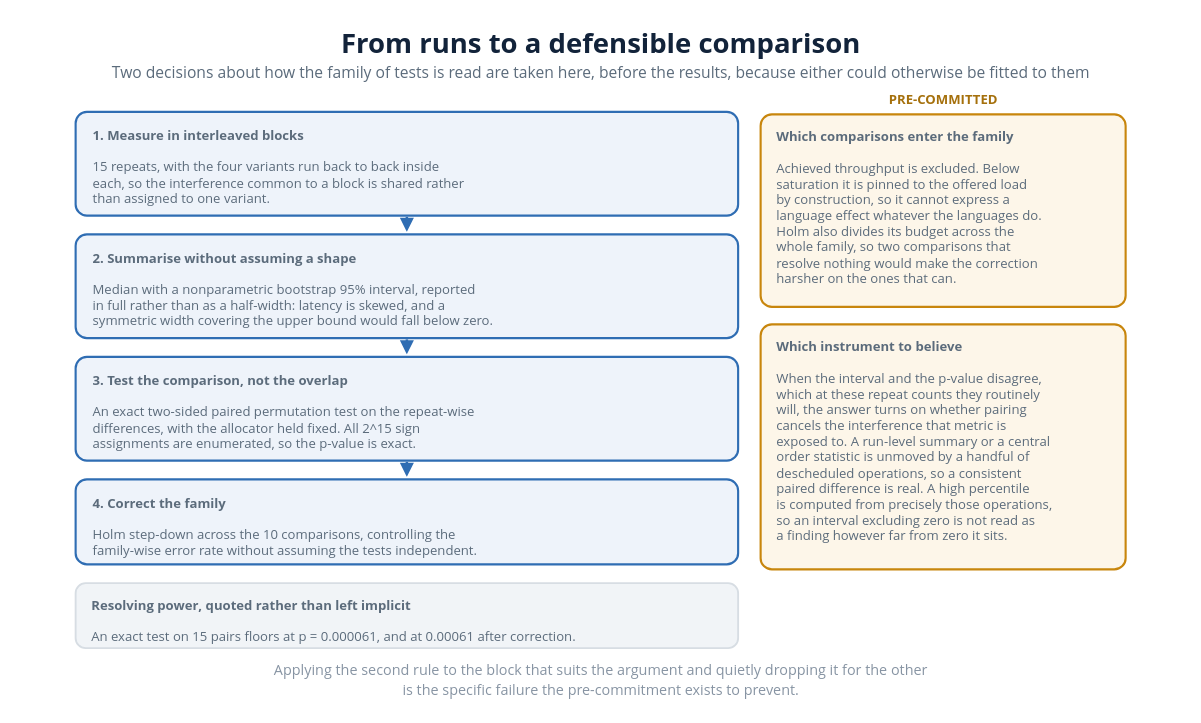
The draw.io diagram diagrams/23_stats_pipeline.drawio in VienThanh12/Master-Thesis, before the edit. Source tidied: cells renumbered, new cells numbered last; positions are measured from the earlier drawing's top-left corner, leaving out a move shared by most shapes. Both pictures are drawn from the tidied source at 125%, with x=0, y=0 at pixel (21, 20).
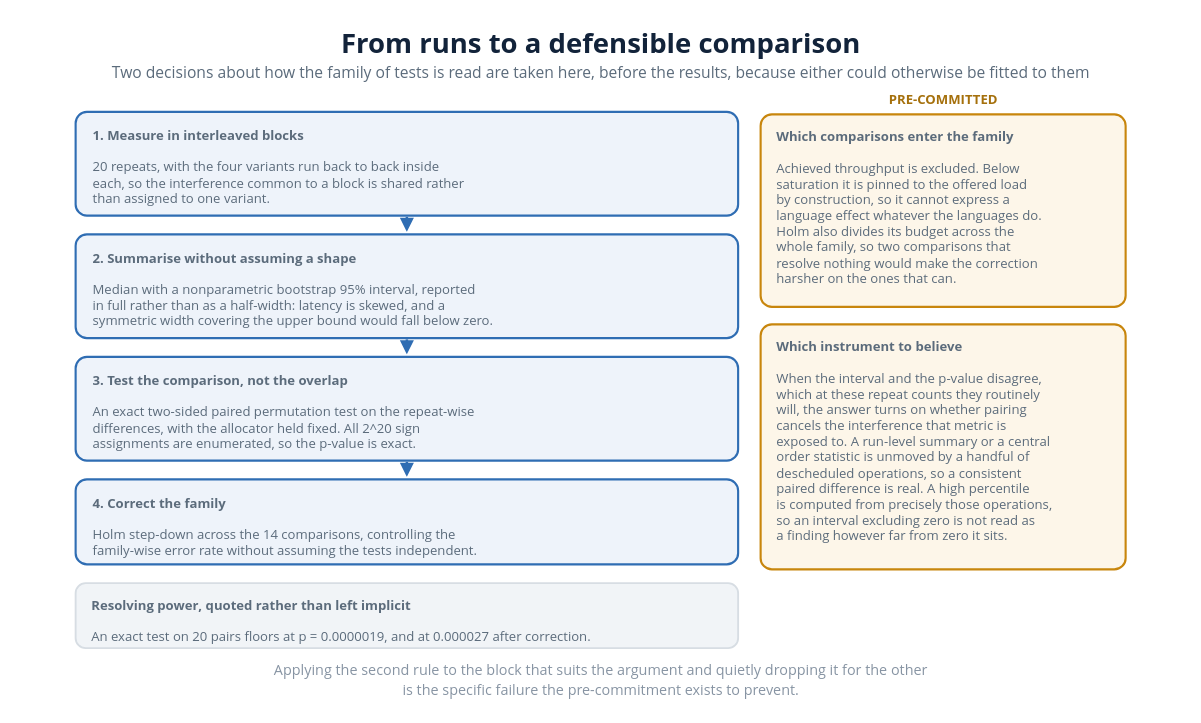
After the change.

The edit, as a diff of the source:
```diff
@@
 <mxGraphModel>
   <root>
     <mxCell id="0" />
     <mxCell id="1" parent="0" />
     <mxCell id="2" value="From runs to a defensible comparison" style="text;html=1;strokeColor=none;fillColor=none;whiteSpace=nowrap;align=center;verticalAlign=middle;fontSize=22;fontColor=#12233a;fontFamily=Segoe UI;fontStyle=1;" parent="1" vertex="1">
       <mxGeometry x="247.2" y="0.1" width="431.6" height="33" as="geometry" />
     </mxCell>
     <mxCell id="3" value="Two decisions about how the family of tests is read are taken here, before the results, because either could otherwise be fitted to them" style="text;html=1;strokeColor=none;fillColor=none;whiteSpace=nowrap;align=center;verticalAlign=middle;fontSize=12.5;fontColor=#5b6b7b;fontFamily=Segoe UI;" parent="1" vertex="1">
       <mxGeometry x="-0.2" y="31.1" width="926.5" height="18.8" as="geometry" />
     </mxCell>
-    <mxCell id="4" value="&lt;b&gt;1.  Measure in interleaved blocks&lt;/b&gt;&lt;br&gt;&lt;br&gt;15 repeats, with the four variants run back to back inside&lt;br&gt;each, so the interference common to a block is shared rather&lt;br&gt;than assigned to one variant." style="rounded=1;whiteSpace=wrap;html=1;absoluteArcSize=1;arcSize=18;fillColor=#eef3fa;strokeColor=#2f6db3;strokeWidth=1.7;align=left;verticalAlign=top;spacingLeft=12;spacingTop=6;spacingRight=6;fontSize=10.5;fontColor=#5b6b7b;fontFamily=Segoe UI;" parent="1" vertex="1">
+    <mxCell id="4" value="&lt;b&gt;1.  Measure in interleaved blocks&lt;/b&gt;&lt;br&gt;&lt;br&gt;20 repeats, with the four variants run back to back inside&lt;br&gt;each, so the interference common to a block is shared rather&lt;br&gt;than assigned to one variant." style="rounded=1;whiteSpace=wrap;html=1;absoluteArcSize=1;arcSize=18;fillColor=#eef3fa;strokeColor=#2f6db3;strokeWidth=1.7;align=left;verticalAlign=top;spacingLeft=12;spacingTop=6;spacingRight=6;fontSize=10.5;fontColor=#5b6b7b;fontFamily=Segoe UI;" parent="1" vertex="1">
       <mxGeometry x="43" y="73" width="530" height="83" as="geometry" />
     </mxCell>
     <mxCell id="5" style="html=1;rounded=0;strokeColor=#2f6db3;strokeWidth=2.0;endArrow=block;endFill=1;" parent="1" edge="1">
       <mxGeometry relative="1" as="geometry">
         <mxPoint x="308" y="157" as="sourcePoint" />
         <mxPoint x="308" y="169" as="targetPoint" />
       </mxGeometry>
     </mxCell>
     <mxCell id="6" value="&lt;b&gt;2.  Summarise without assuming a shape&lt;/b&gt;&lt;br&gt;&lt;br&gt;Median with a nonparametric bootstrap 95% interval, reported&lt;br&gt;in full rather than as a half-width: latency is skewed, and a&lt;br&gt;symmetric width covering the upper bound would fall below zero." style="rounded=1;whiteSpace=wrap;html=1;absoluteArcSize=1;arcSize=18;fillColor=#eef3fa;strokeColor=#2f6db3;strokeWidth=1.7;align=left;verticalAlign=top;spacingLeft=12;spacingTop=6;spacingRight=6;fontSize=10.5;fontColor=#5b6b7b;fontFamily=Segoe UI;" parent="1" vertex="1">
       <mxGeometry x="43" y="171" width="530" height="83" as="geometry" />
     </mxCell>
     <mxCell id="7" style="html=1;rounded=0;strokeColor=#2f6db3;strokeWidth=2.0;endArrow=block;endFill=1;" parent="1" edge="1">
       <mxGeometry relative="1" as="geometry">
         <mxPoint x="308" y="255" as="sourcePoint" />
         <mxPoint x="308" y="267" as="targetPoint" />
       </mxGeometry>
     </mxCell>
-    <mxCell id="8" value="&lt;b&gt;3.  Test the comparison, not the overlap&lt;/b&gt;&lt;br&gt;&lt;br&gt;An exact two-sided paired permutation test on the repeat-wise&lt;br&gt;differences, with the allocator held fixed. All 2^15 sign&lt;br&gt;assignments are enumerated, so the p-value is exact." style="rounded=1;whiteSpace=wrap;html=1;absoluteArcSize=1;arcSize=18;fillColor=#eef3fa;strokeColor=#2f6db3;strokeWidth=1.7;align=left;verticalAlign=top;spacingLeft=12;spacingTop=6;spacingRight=6;fontSize=10.5;fontColor=#5b6b7b;fontFamily=Segoe UI;" parent="1" vertex="1">
+    <mxCell id="8" value="&lt;b&gt;3.  Test the comparison, not the overlap&lt;/b&gt;&lt;br&gt;&lt;br&gt;An exact two-sided paired permutation test on the repeat-wise&lt;br&gt;differences, with the allocator held fixed. All 2^20 sign&lt;br&gt;assignments are enumerated, so the p-value is exact." style="rounded=1;whiteSpace=wrap;html=1;absoluteArcSize=1;arcSize=18;fillColor=#eef3fa;strokeColor=#2f6db3;strokeWidth=1.7;align=left;verticalAlign=top;spacingLeft=12;spacingTop=6;spacingRight=6;fontSize=10.5;fontColor=#5b6b7b;fontFamily=Segoe UI;" parent="1" vertex="1">
       <mxGeometry x="43" y="269" width="530" height="83" as="geometry" />
     </mxCell>
     <mxCell id="9" style="html=1;rounded=0;strokeColor=#2f6db3;strokeWidth=2.0;endArrow=block;endFill=1;" parent="1" edge="1">
       <mxGeometry relative="1" as="geometry">
         <mxPoint x="308" y="353" as="sourcePoint" />
         <mxPoint x="308" y="365" as="targetPoint" />
       </mxGeometry>
     </mxCell>
-    <mxCell id="10" value="&lt;b&gt;4.  Correct the family&lt;/b&gt;&lt;br&gt;&lt;br&gt;Holm step-down across the 10 comparisons, controlling the&lt;br&gt;family-wise error rate without assuming the tests independent." style="rounded=1;whiteSpace=wrap;html=1;absoluteArcSize=1;arcSize=18;fillColor=#eef3fa;strokeColor=#2f6db3;strokeWidth=1.7;align=left;verticalAlign=top;spacingLeft=12;spacingTop=6;spacingRight=6;fontSize=10.5;fontColor=#5b6b7b;fontFamily=Segoe UI;" parent="1" vertex="1">
+    <mxCell id="10" value="&lt;b&gt;4.  Correct the family&lt;/b&gt;&lt;br&gt;&lt;br&gt;Holm step-down across the 14 comparisons, controlling the&lt;br&gt;family-wise error rate without assuming the tests independent." style="rounded=1;whiteSpace=wrap;html=1;absoluteArcSize=1;arcSize=18;fillColor=#eef3fa;strokeColor=#2f6db3;strokeWidth=1.7;align=left;verticalAlign=top;spacingLeft=12;spacingTop=6;spacingRight=6;fontSize=10.5;fontColor=#5b6b7b;fontFamily=Segoe UI;" parent="1" vertex="1">
       <mxGeometry x="43" y="367" width="530" height="68" as="geometry" />
     </mxCell>
-    <mxCell id="11" value="&lt;b&gt;Resolving power, quoted rather than left implicit&lt;/b&gt;&lt;br&gt;&lt;br&gt;An exact test on 15 pairs floors at p = 0.000061, and at 0.00061 after correction." style="rounded=1;whiteSpace=wrap;html=1;absoluteArcSize=1;arcSize=16;fillColor=#f1f4f7;strokeColor=#d7dde3;strokeWidth=1.5;align=left;verticalAlign=top;spacingLeft=11;spacingTop=5;spacingRight=6;fontSize=10.5;fontColor=#5b6b7b;fontFamily=Segoe UI;" parent="1" vertex="1">
+    <mxCell id="11" value="&lt;b&gt;Resolving power, quoted rather than left implicit&lt;/b&gt;&lt;br&gt;&lt;br&gt;An exact test on 20 pairs floors at p = 0.0000019, and at 0.000027 after correction." style="rounded=1;whiteSpace=wrap;html=1;absoluteArcSize=1;arcSize=16;fillColor=#f1f4f7;strokeColor=#d7dde3;strokeWidth=1.5;align=left;verticalAlign=top;spacingLeft=11;spacingTop=5;spacingRight=6;fontSize=10.5;fontColor=#5b6b7b;fontFamily=Segoe UI;" parent="1" vertex="1">
       <mxGeometry x="43" y="450" width="530" height="52" as="geometry" />
     </mxCell>
     <mxCell id="12" value="PRE-COMMITTED" style="text;html=1;strokeColor=none;fillColor=none;whiteSpace=nowrap;align=center;verticalAlign=middle;fontSize=10.5;fontColor=#a5700c;fontFamily=Segoe UI;fontStyle=1;" parent="1" vertex="1">
       <mxGeometry x="699.8" y="55" width="74.4" height="15.8" as="geometry" />
     </mxCell>
     <mxCell id="13" value="&lt;b&gt;Which comparisons enter the family&lt;/b&gt;&lt;br&gt;&lt;br&gt;Achieved throughput is excluded. Below&lt;br&gt;saturation it is pinned to the offered load&lt;br&gt;by construction, so it cannot express a&lt;br&gt;language effect whatever the languages do.&lt;br&gt;Holm also divides its budget across the&lt;br&gt;whole family, so two comparisons that&lt;br&gt;resolve nothing would make the correction&lt;br&gt;harsher on the ones that can." style="rounded=1;whiteSpace=wrap;html=1;absoluteArcSize=1;arcSize=18;fillColor=#fdf6e9;strokeColor=#c8860d;strokeWidth=1.7;align=left;verticalAlign=top;spacingLeft=11;spacingTop=5;spacingRight=6;fontSize=10.5;fontColor=#5b6b7b;fontFamily=Segoe UI;" parent="1" vertex="1">
       <mxGeometry x="591" y="75" width="292" height="154" as="geometry" />
     </mxCell>
     <mxCell id="14" value="&lt;b&gt;Which instrument to believe&lt;/b&gt;&lt;br&gt;&lt;br&gt;When the interval and the p-value disagree,&lt;br&gt;which at these repeat counts they routinely&lt;br&gt;will, the answer turns on whether pairing&lt;br&gt;cancels the interference that metric is&lt;br&gt;exposed to. A run-level summary or a central&lt;br&gt;order statistic is unmoved by a handful of&lt;br&gt;descheduled operations, so a consistent&lt;br&gt;paired difference is real. A high percentile&lt;br&gt;is computed from precisely those operations,&lt;br&gt;so an interval excluding zero is not read as&lt;br&gt;a finding however far from zero it sits." style="rounded=1;whiteSpace=wrap;html=1;absoluteArcSize=1;arcSize=18;fillColor=#fdf6e9;strokeColor=#c8860d;strokeWidth=1.7;align=left;verticalAlign=top;spacingLeft=11;spacingTop=5;spacingRight=6;fontSize=10.5;fontColor=#5b6b7b;fontFamily=Segoe UI;" parent="1" vertex="1">
       <mxGeometry x="591" y="243" width="292" height="196" as="geometry" />
     </mxCell>
     <mxCell id="15" value="Applying the second rule to the block that suits the argument and quietly dropping it for the other" style="text;html=1;strokeColor=none;fillColor=none;whiteSpace=nowrap;align=center;verticalAlign=middle;fontSize=11.5;fontColor=#8794a3;fontFamily=Segoe UI;" parent="1" vertex="1">
       <mxGeometry x="152.8" y="510.1" width="620.5" height="17.2" as="geometry" />
     </mxCell>
     <mxCell id="16" value="is the specific failure the pre-commitment exists to prevent." style="text;html=1;strokeColor=none;fillColor=none;whiteSpace=nowrap;align=center;verticalAlign=middle;fontSize=11.5;fontColor=#8794a3;fontFamily=Segoe UI;" parent="1" vertex="1">
       <mxGeometry x="271.8" y="526.1" width="382.3" height="17.2" as="geometry" />
     </mxCell>
   </root>
 </mxGraphModel>
```
